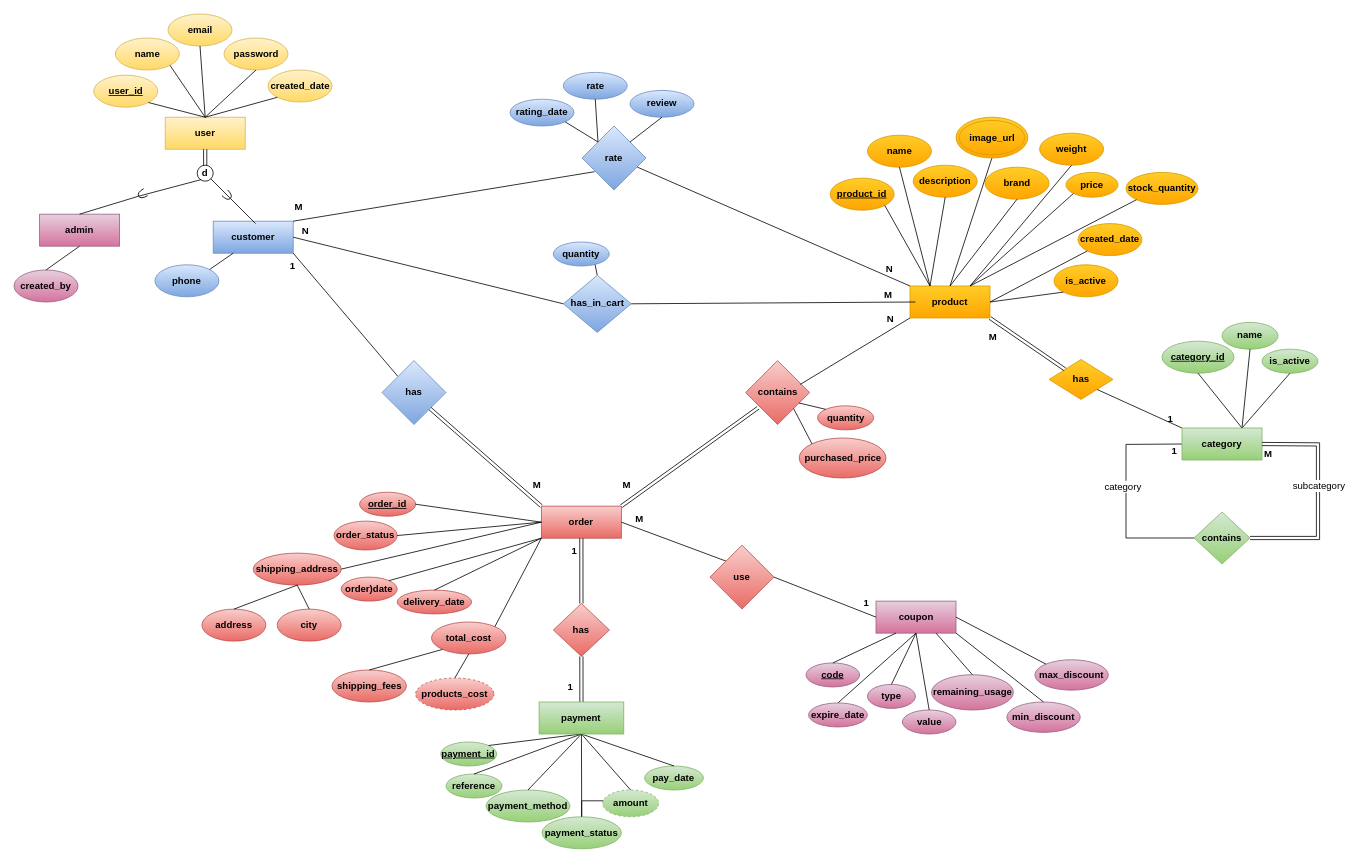
The draw.io diagram Online Store EERD.drawio in KerollosRady/Online-Store-Database, before the edit. Source tidied: cells renumbered, new cells numbered last; positions are measured from the earlier drawing's top-left corner, leaving out a move shared by most shapes. Both pictures are drawn from the tidied source at 80%, with x=0, y=0 at pixel (14, 14).
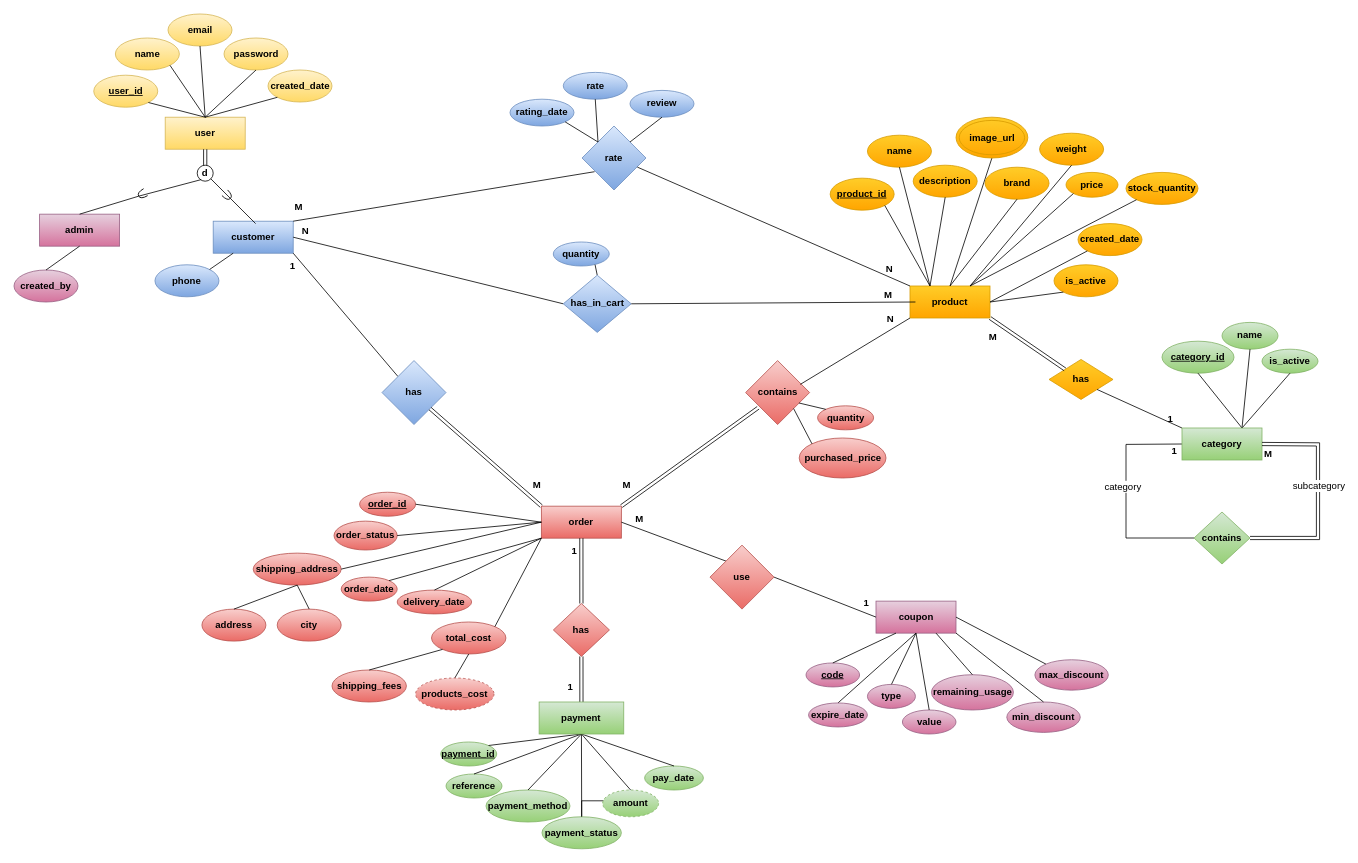
Above is the later version.

Commit message:
Fix attribute name

What changed in the source:
```diff
@@
-    <mxCell id="113" value="order)date" style="ellipse;whiteSpace=wrap;html=1;fontStyle=1;fillColor=#f8cecc;gradientColor=#ea6b66;strokeColor=#b85450;" parent="1" vertex="1">
+    <mxCell id="113" value="order_date" style="ellipse;whiteSpace=wrap;html=1;fontStyle=1;fillColor=#f8cecc;gradientColor=#ea6b66;strokeColor=#b85450;" parent="1" vertex="1">
       <mxGeometry x="409" y="703.9" width="70" height="30" as="geometry" />
     </mxCell>
```
